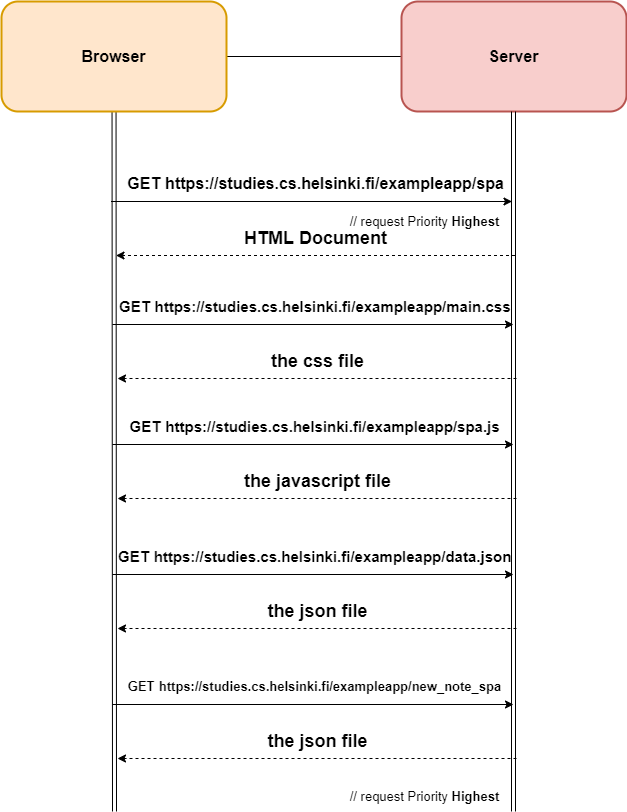
Earlier version of the draw.io export Part0/0.6.drawio.png (AHenrikes/Full-Stack). Source tidied: cells renumbered, new cells last; positions are measured from the earlier drawing's top-left corner, leaving out a move shared by most shapes.
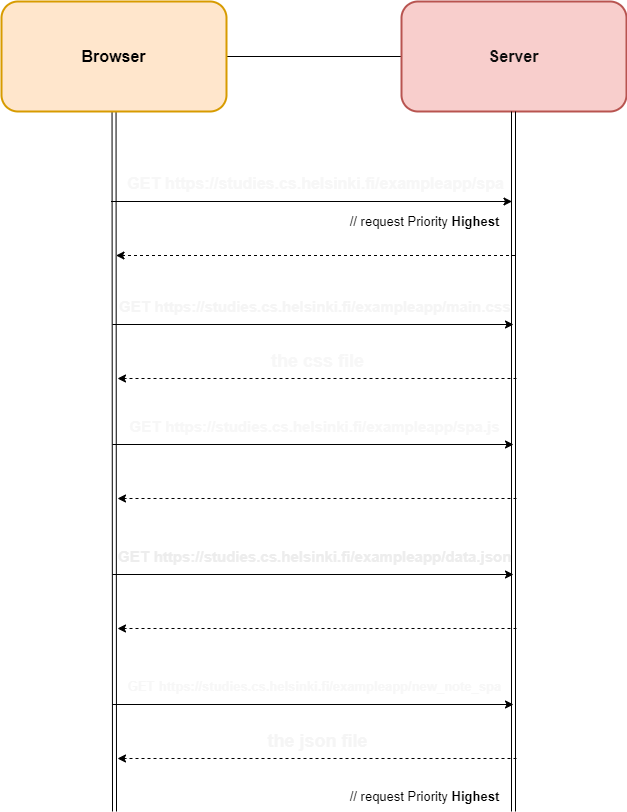
After the commit.

The edit, as a diff of the source:
```diff
@@ -12,10 +12,10 @@
         <mxPoint x="113" y="810" as="targetPoint" />
       </mxGeometry>
     </mxCell>
-    <mxCell id="4" value="Browser" style="rounded=1;whiteSpace=wrap;html=1;fontSize=16;strokeColor=#d79b00;fillColor=#ffe6cc;fontStyle=1;strokeWidth=2;labelBackgroundColor=none;" parent="1" vertex="1">
+    <mxCell id="4" value="&lt;font color=&quot;#000000&quot;&gt;Browser&lt;/font&gt;" style="rounded=1;whiteSpace=wrap;html=1;fontSize=16;strokeColor=#d79b00;fillColor=#ffe6cc;fontStyle=1;strokeWidth=2;labelBackgroundColor=none;" parent="1" vertex="1">
       <mxGeometry width="225" height="110" as="geometry" />
     </mxCell>
-    <mxCell id="5" value="Server" style="rounded=1;whiteSpace=wrap;html=1;fontSize=16;strokeColor=#b85450;fillColor=#f8cecc;fontStyle=1;strokeWidth=2;" parent="1" vertex="1">
+    <mxCell id="5" value="&lt;font color=&quot;#0d0d0d&quot;&gt;Server&lt;/font&gt;" style="rounded=1;whiteSpace=wrap;html=1;fontSize=16;strokeColor=#b85450;fillColor=#f8cecc;fontStyle=1;strokeWidth=2;" parent="1" vertex="1">
       <mxGeometry x="400" width="225" height="110" as="geometry" />
     </mxCell>
     <mxCell id="6" style="edgeStyle=none;html=1;fontSize=16;fontColor=#FFFFFF;shape=link;" parent="1" edge="1">
@@ -30,7 +30,7 @@
         <mxPoint x="510.5" y="200" as="targetPoint" />
       </mxGeometry>
     </mxCell>
-    <mxCell id="8" value="&lt;table cellpadding=&quot;0&quot; cellspacing=&quot;0&quot; aria-activedescendant=&quot;/GET&quot; aria-label=&quot;&quot; tabindex=&quot;0&quot; role=&quot;tree&quot; class=&quot;treeTable&quot; style=&quot;font-size: 16px;&quot;&gt;&lt;tbody tabindex=&quot;-1&quot; role=&quot;presentation&quot; style=&quot;font-size: 16px;&quot;&gt;&lt;tr class=&quot;treeRow objectRow hasChildren&quot; aria-expanded=&quot;false&quot; aria-selected=&quot;false&quot; aria-level=&quot;1&quot; role=&quot;treeitem&quot; id=&quot;/GET&quot; style=&quot;font-size: 16px;&quot;&gt;&lt;td role=&quot;presentation&quot; style=&quot;--tree-label-cell-indent: 0px; font-size: 16px;&quot; class=&quot;treeLabelCell&quot;&gt;GET&amp;nbsp;&lt;/td&gt;&lt;td role=&quot;presentation&quot; class=&quot;treeValueCell objectCell&quot; style=&quot;font-size: 16px;&quot;&gt;https://studies.cs.helsinki.fi/exampleapp/spa&lt;/td&gt;&lt;/tr&gt;&lt;/tbody&gt;&lt;/table&gt;" style="text;html=1;align=center;verticalAlign=middle;strokeColor=none;fillColor=none;fontSize=16;fontColor=#000000;fontStyle=1;" parent="1" vertex="1">
+    <mxCell id="8" value="&lt;table cellpadding=&quot;0&quot; cellspacing=&quot;0&quot; aria-activedescendant=&quot;/GET&quot; aria-label=&quot;&quot; tabindex=&quot;0&quot; role=&quot;tree&quot; class=&quot;treeTable&quot; style=&quot;font-size: 16px;&quot;&gt;&lt;tbody tabindex=&quot;-1&quot; role=&quot;presentation&quot; style=&quot;font-size: 16px;&quot;&gt;&lt;tr class=&quot;treeRow objectRow hasChildren&quot; aria-expanded=&quot;false&quot; aria-selected=&quot;false&quot; aria-level=&quot;1&quot; role=&quot;treeitem&quot; id=&quot;/GET&quot; style=&quot;font-size: 16px;&quot;&gt;&lt;td role=&quot;presentation&quot; style=&quot;--tree-label-cell-indent: 0px; font-size: 16px;&quot; class=&quot;treeLabelCell&quot;&gt;GET&amp;nbsp;&lt;/td&gt;&lt;td role=&quot;presentation&quot; class=&quot;treeValueCell objectCell&quot; style=&quot;font-size: 16px;&quot;&gt;https://studies.cs.helsinki.fi/exampleapp/spa&lt;/td&gt;&lt;/tr&gt;&lt;/tbody&gt;&lt;/table&gt;" style="text;html=1;align=center;verticalAlign=middle;strokeColor=none;fillColor=none;fontSize=16;fontColor=#F7F7F7;fontStyle=1;" parent="1" vertex="1">
       <mxGeometry x="114" y="167" width="400" height="30" as="geometry" />
     </mxCell>
     <mxCell id="9" style="edgeStyle=none;html=1;fontSize=16;fontColor=#FFFFFF;dashed=1;" parent="1" edge="1">
@@ -39,7 +39,7 @@
         <mxPoint x="114.5" y="254" as="targetPoint" />
       </mxGeometry>
     </mxCell>
-    <mxCell id="10" value="HTML Document" style="text;html=1;align=center;verticalAlign=middle;strokeColor=none;fillColor=none;fontSize=18;fontColor=#000000;fontStyle=1;" parent="1" vertex="1">
+    <mxCell id="10" value="HTML Document" style="text;html=1;align=center;verticalAlign=middle;strokeColor=none;fillColor=none;fontSize=18;fontColor=#FFFFFF;fontStyle=1;" parent="1" vertex="1">
       <mxGeometry x="233" y="220" width="161" height="34" as="geometry" />
     </mxCell>
     <mxCell id="11" style="edgeStyle=none;html=1;fontSize=16;fontColor=#FFFFFF;" parent="1" edge="1">
@@ -48,7 +48,7 @@
         <mxPoint x="512" y="323" as="targetPoint" />
       </mxGeometry>
     </mxCell>
-    <mxCell id="12" value="&lt;table cellpadding=&quot;0&quot; cellspacing=&quot;0&quot; aria-activedescendant=&quot;/GET&quot; aria-label=&quot;&quot; tabindex=&quot;0&quot; role=&quot;tree&quot; class=&quot;treeTable&quot; style=&quot;font-size: 15px;&quot;&gt;&lt;tbody tabindex=&quot;-1&quot; role=&quot;presentation&quot; style=&quot;font-size: 15px;&quot;&gt;&lt;tr class=&quot;treeRow objectRow hasChildren&quot; aria-expanded=&quot;false&quot; aria-selected=&quot;false&quot; aria-level=&quot;1&quot; role=&quot;treeitem&quot; id=&quot;/GET&quot; style=&quot;font-size: 15px;&quot;&gt;&lt;td role=&quot;presentation&quot; style=&quot;--tree-label-cell-indent: 0px; font-size: 15px;&quot; class=&quot;treeLabelCell&quot;&gt;GET&amp;nbsp;&lt;/td&gt;&lt;td role=&quot;presentation&quot; class=&quot;treeValueCell objectCell&quot; style=&quot;font-size: 15px;&quot;&gt;https://studies.cs.helsinki.fi/exampleapp/main.css&lt;/td&gt;&lt;/tr&gt;&lt;/tbody&gt;&lt;/table&gt;" style="text;html=1;align=center;verticalAlign=middle;strokeColor=none;fillColor=none;fontSize=15;fontColor=#000000;fontStyle=1;" parent="1" vertex="1">
+    <mxCell id="12" value="&lt;table cellpadding=&quot;0&quot; cellspacing=&quot;0&quot; aria-activedescendant=&quot;/GET&quot; aria-label=&quot;&quot; tabindex=&quot;0&quot; role=&quot;tree&quot; class=&quot;treeTable&quot; style=&quot;font-size: 15px;&quot;&gt;&lt;tbody tabindex=&quot;-1&quot; role=&quot;presentation&quot; style=&quot;font-size: 15px;&quot;&gt;&lt;tr class=&quot;treeRow objectRow hasChildren&quot; aria-expanded=&quot;false&quot; aria-selected=&quot;false&quot; aria-level=&quot;1&quot; role=&quot;treeitem&quot; id=&quot;/GET&quot; style=&quot;font-size: 15px;&quot;&gt;&lt;td role=&quot;presentation&quot; style=&quot;--tree-label-cell-indent: 0px; font-size: 15px;&quot; class=&quot;treeLabelCell&quot;&gt;GET&amp;nbsp;&lt;/td&gt;&lt;td role=&quot;presentation&quot; class=&quot;treeValueCell objectCell&quot; style=&quot;font-size: 15px;&quot;&gt;https://studies.cs.helsinki.fi/exampleapp/main.css&lt;/td&gt;&lt;/tr&gt;&lt;/tbody&gt;&lt;/table&gt;" style="text;html=1;align=center;verticalAlign=middle;strokeColor=none;fillColor=none;fontSize=15;fontColor=#F5F5F5;fontStyle=1;" parent="1" vertex="1">
       <mxGeometry x="108" y="290" width="410" height="30" as="geometry" />
     </mxCell>
     <mxCell id="13" style="edgeStyle=none;html=1;fontSize=16;fontColor=#FFFFFF;dashed=1;" parent="1" edge="1">
@@ -57,7 +57,7 @@
         <mxPoint x="116" y="377" as="targetPoint" />
       </mxGeometry>
     </mxCell>
-    <mxCell id="14" value="the css file" style="text;html=1;align=center;verticalAlign=middle;strokeColor=none;fillColor=none;fontSize=18;fontColor=#000000;fontStyle=1;" parent="1" vertex="1">
+    <mxCell id="14" value="the css file" style="text;html=1;align=center;verticalAlign=middle;strokeColor=none;fillColor=none;fontSize=18;fontColor=#F7F7F7;fontStyle=1;" parent="1" vertex="1">
       <mxGeometry x="255.5" y="340" width="120" height="40" as="geometry" />
     </mxCell>
     <mxCell id="15" style="edgeStyle=none;html=1;fontSize=16;fontColor=#FFFFFF;" parent="1" edge="1">
@@ -66,7 +66,7 @@
         <mxPoint x="512" y="443" as="targetPoint" />
       </mxGeometry>
     </mxCell>
-    <mxCell id="16" value="&lt;table cellpadding=&quot;0&quot; cellspacing=&quot;0&quot; aria-activedescendant=&quot;/GET&quot; aria-label=&quot;&quot; tabindex=&quot;0&quot; role=&quot;tree&quot; class=&quot;treeTable&quot; style=&quot;font-size: 15px;&quot;&gt;&lt;tbody tabindex=&quot;-1&quot; role=&quot;presentation&quot; style=&quot;font-size: 15px;&quot;&gt;&lt;tr class=&quot;treeRow objectRow hasChildren&quot; aria-expanded=&quot;false&quot; aria-selected=&quot;false&quot; aria-level=&quot;1&quot; role=&quot;treeitem&quot; id=&quot;/GET&quot; style=&quot;font-size: 15px;&quot;&gt;&lt;td role=&quot;presentation&quot; style=&quot;--tree-label-cell-indent: 0px; font-size: 15px;&quot; class=&quot;treeLabelCell&quot;&gt;GET&amp;nbsp;&lt;/td&gt;&lt;td role=&quot;presentation&quot; class=&quot;treeValueCell objectCell&quot; style=&quot;font-size: 15px;&quot;&gt;https://studies.cs.helsinki.fi/exampleapp/spa.js&lt;/td&gt;&lt;/tr&gt;&lt;/tbody&gt;&lt;/table&gt;" style="text;html=1;align=center;verticalAlign=middle;strokeColor=none;fillColor=none;fontSize=15;fontColor=#000000;fontStyle=1;" parent="1" vertex="1">
+    <mxCell id="16" value="&lt;table cellpadding=&quot;0&quot; cellspacing=&quot;0&quot; aria-activedescendant=&quot;/GET&quot; aria-label=&quot;&quot; tabindex=&quot;0&quot; role=&quot;tree&quot; class=&quot;treeTable&quot; style=&quot;font-size: 15px;&quot;&gt;&lt;tbody tabindex=&quot;-1&quot; role=&quot;presentation&quot; style=&quot;font-size: 15px;&quot;&gt;&lt;tr class=&quot;treeRow objectRow hasChildren&quot; aria-expanded=&quot;false&quot; aria-selected=&quot;false&quot; aria-level=&quot;1&quot; role=&quot;treeitem&quot; id=&quot;/GET&quot; style=&quot;font-size: 15px;&quot;&gt;&lt;td role=&quot;presentation&quot; style=&quot;--tree-label-cell-indent: 0px; font-size: 15px;&quot; class=&quot;treeLabelCell&quot;&gt;GET&amp;nbsp;&lt;/td&gt;&lt;td role=&quot;presentation&quot; class=&quot;treeValueCell objectCell&quot; style=&quot;font-size: 15px;&quot;&gt;https://studies.cs.helsinki.fi/exampleapp/spa.js&lt;/td&gt;&lt;/tr&gt;&lt;/tbody&gt;&lt;/table&gt;" style="text;html=1;align=center;verticalAlign=middle;strokeColor=none;fillColor=none;fontSize=15;fontColor=#F7F7F7;fontStyle=1;" parent="1" vertex="1">
       <mxGeometry x="118" y="410" width="390" height="30" as="geometry" />
     </mxCell>
     <mxCell id="17" style="edgeStyle=none;html=1;fontSize=16;fontColor=#FFFFFF;dashed=1;" parent="1" edge="1">
@@ -75,7 +75,7 @@
         <mxPoint x="116" y="497" as="targetPoint" />
       </mxGeometry>
     </mxCell>
-    <mxCell id="18" value="the javascript file" style="text;html=1;align=center;verticalAlign=middle;strokeColor=none;fillColor=none;fontSize=18;fontColor=#000000;fontStyle=1;" parent="1" vertex="1">
+    <mxCell id="18" value="the javascript file" style="text;html=1;align=center;verticalAlign=middle;strokeColor=none;fillColor=none;fontSize=18;fontColor=#FFFFFF;fontStyle=1;" parent="1" vertex="1">
       <mxGeometry x="230.5" y="460" width="170" height="40" as="geometry" />
     </mxCell>
     <mxCell id="19" style="edgeStyle=none;html=1;fontSize=16;fontColor=#FFFFFF;" parent="1" edge="1">
@@ -84,7 +84,7 @@
         <mxPoint x="512" y="573" as="targetPoint" />
       </mxGeometry>
     </mxCell>
-    <mxCell id="20" value="&lt;table cellpadding=&quot;0&quot; cellspacing=&quot;0&quot; aria-activedescendant=&quot;/GET&quot; aria-label=&quot;&quot; tabindex=&quot;0&quot; role=&quot;tree&quot; class=&quot;treeTable&quot; style=&quot;font-size: 15px;&quot;&gt;&lt;tbody tabindex=&quot;-1&quot; role=&quot;presentation&quot; style=&quot;font-size: 15px;&quot;&gt;&lt;tr class=&quot;treeRow objectRow hasChildren&quot; aria-expanded=&quot;false&quot; aria-selected=&quot;false&quot; aria-level=&quot;1&quot; role=&quot;treeitem&quot; id=&quot;/GET&quot; style=&quot;font-size: 15px;&quot;&gt;&lt;td role=&quot;presentation&quot; style=&quot;--tree-label-cell-indent: 0px; font-size: 15px;&quot; class=&quot;treeLabelCell&quot;&gt;GET&amp;nbsp;&lt;/td&gt;&lt;td role=&quot;presentation&quot; class=&quot;treeValueCell objectCell&quot; style=&quot;font-size: 15px;&quot;&gt;https://studies.cs.helsinki.fi/exampleapp/data.json&lt;/td&gt;&lt;/tr&gt;&lt;/tbody&gt;&lt;/table&gt;" style="text;html=1;align=center;verticalAlign=middle;strokeColor=none;fillColor=none;fontSize=15;fontColor=#000000;fontStyle=1;" parent="1" vertex="1">
+    <mxCell id="20" value="&lt;table cellpadding=&quot;0&quot; cellspacing=&quot;0&quot; aria-activedescendant=&quot;/GET&quot; aria-label=&quot;&quot; tabindex=&quot;0&quot; role=&quot;tree&quot; class=&quot;treeTable&quot; style=&quot;font-size: 15px;&quot;&gt;&lt;tbody tabindex=&quot;-1&quot; role=&quot;presentation&quot; style=&quot;font-size: 15px;&quot;&gt;&lt;tr class=&quot;treeRow objectRow hasChildren&quot; aria-expanded=&quot;false&quot; aria-selected=&quot;false&quot; aria-level=&quot;1&quot; role=&quot;treeitem&quot; id=&quot;/GET&quot; style=&quot;font-size: 15px;&quot;&gt;&lt;td role=&quot;presentation&quot; style=&quot;--tree-label-cell-indent: 0px; font-size: 15px;&quot; class=&quot;treeLabelCell&quot;&gt;GET&amp;nbsp;&lt;/td&gt;&lt;td role=&quot;presentation&quot; class=&quot;treeValueCell objectCell&quot; style=&quot;font-size: 15px;&quot;&gt;https://studies.cs.helsinki.fi/exampleapp/data.json&lt;/td&gt;&lt;/tr&gt;&lt;/tbody&gt;&lt;/table&gt;" style="text;html=1;align=center;verticalAlign=middle;strokeColor=none;fillColor=none;fontSize=15;fontColor=#EDEDED;fontStyle=1;" parent="1" vertex="1">
       <mxGeometry x="103" y="540" width="420" height="30" as="geometry" />
     </mxCell>
     <mxCell id="21" style="edgeStyle=none;html=1;fontSize=16;fontColor=#FFFFFF;dashed=1;" parent="1" edge="1">
@@ -93,7 +93,7 @@
         <mxPoint x="116" y="627" as="targetPoint" />
       </mxGeometry>
     </mxCell>
-    <mxCell id="22" value="the json file" style="text;html=1;align=center;verticalAlign=middle;strokeColor=none;fillColor=none;fontSize=18;fontColor=#000000;fontStyle=1;" parent="1" vertex="1">
+    <mxCell id="22" value="the json file" style="text;html=1;align=center;verticalAlign=middle;strokeColor=none;fillColor=none;fontSize=18;fontColor=#FFFFFF;fontStyle=1;" parent="1" vertex="1">
       <mxGeometry x="255.5" y="590" width="120" height="40" as="geometry" />
     </mxCell>
     <mxCell id="23" style="edgeStyle=none;html=1;fontSize=16;fontColor=#FFFFFF;" parent="1" edge="1">
@@ -102,7 +102,7 @@
         <mxPoint x="512" y="703" as="targetPoint" />
       </mxGeometry>
     </mxCell>
-    <mxCell id="24" value="&lt;table cellpadding=&quot;0&quot; cellspacing=&quot;0&quot; aria-activedescendant=&quot;/GET&quot; aria-label=&quot;&quot; tabindex=&quot;0&quot; role=&quot;tree&quot; class=&quot;treeTable&quot; style=&quot;font-size: 13px;&quot;&gt;&lt;tbody tabindex=&quot;-1&quot; role=&quot;presentation&quot; style=&quot;font-size: 13px;&quot;&gt;&lt;tr class=&quot;treeRow objectRow hasChildren&quot; aria-expanded=&quot;false&quot; aria-selected=&quot;false&quot; aria-level=&quot;1&quot; role=&quot;treeitem&quot; id=&quot;/GET&quot; style=&quot;font-size: 13px;&quot;&gt;&lt;td role=&quot;presentation&quot; style=&quot;--tree-label-cell-indent: 0px; font-size: 13px;&quot; class=&quot;treeLabelCell&quot;&gt;GET&amp;nbsp;&lt;/td&gt;&lt;td role=&quot;presentation&quot; class=&quot;treeValueCell objectCell&quot; style=&quot;font-size: 13px;&quot;&gt;https://studies.cs.helsinki.fi/exampleapp/new_note_spa&lt;/td&gt;&lt;/tr&gt;&lt;/tbody&gt;&lt;/table&gt;" style="text;html=1;align=center;verticalAlign=middle;strokeColor=none;fillColor=none;fontSize=13;fontColor=#000000;fontStyle=1;" parent="1" vertex="1">
+    <mxCell id="24" value="&lt;table cellpadding=&quot;0&quot; cellspacing=&quot;0&quot; aria-activedescendant=&quot;/GET&quot; aria-label=&quot;&quot; tabindex=&quot;0&quot; role=&quot;tree&quot; class=&quot;treeTable&quot; style=&quot;font-size: 13px;&quot;&gt;&lt;tbody tabindex=&quot;-1&quot; role=&quot;presentation&quot; style=&quot;font-size: 13px;&quot;&gt;&lt;tr class=&quot;treeRow objectRow hasChildren&quot; aria-expanded=&quot;false&quot; aria-selected=&quot;false&quot; aria-level=&quot;1&quot; role=&quot;treeitem&quot; id=&quot;/GET&quot; style=&quot;font-size: 13px;&quot;&gt;&lt;td role=&quot;presentation&quot; style=&quot;--tree-label-cell-indent: 0px; font-size: 13px;&quot; class=&quot;treeLabelCell&quot;&gt;GET&amp;nbsp;&lt;/td&gt;&lt;td role=&quot;presentation&quot; class=&quot;treeValueCell objectCell&quot; style=&quot;font-size: 13px;&quot;&gt;https://studies.cs.helsinki.fi/exampleapp/new_note_spa&lt;/td&gt;&lt;/tr&gt;&lt;/tbody&gt;&lt;/table&gt;" style="text;html=1;align=center;verticalAlign=middle;strokeColor=none;fillColor=none;fontSize=13;fontColor=#F7F7F7;fontStyle=1;" parent="1" vertex="1">
       <mxGeometry x="113" y="670" width="400" height="30" as="geometry" />
     </mxCell>
     <mxCell id="25" style="edgeStyle=none;html=1;fontSize=16;fontColor=#FFFFFF;dashed=1;" parent="1" edge="1">
@@ -111,7 +111,7 @@
         <mxPoint x="116" y="757" as="targetPoint" />
       </mxGeometry>
     </mxCell>
-    <mxCell id="26" value="the json file" style="text;html=1;align=center;verticalAlign=middle;strokeColor=none;fillColor=none;fontSize=18;fontColor=#000000;fontStyle=1;" parent="1" vertex="1">
+    <mxCell id="26" value="the json file" style="text;html=1;align=center;verticalAlign=middle;strokeColor=none;fillColor=none;fontSize=18;fontColor=#F5F5F5;fontStyle=1;" parent="1" vertex="1">
       <mxGeometry x="255.5" y="720" width="120" height="40" as="geometry" />
     </mxCell>
     <mxCell id="27" value="// request Priority &lt;b&gt;Highest&lt;/b&gt;" style="text;html=1;align=center;verticalAlign=middle;strokeColor=none;fillColor=none;fontSize=13;" parent="1" vertex="1">
```
